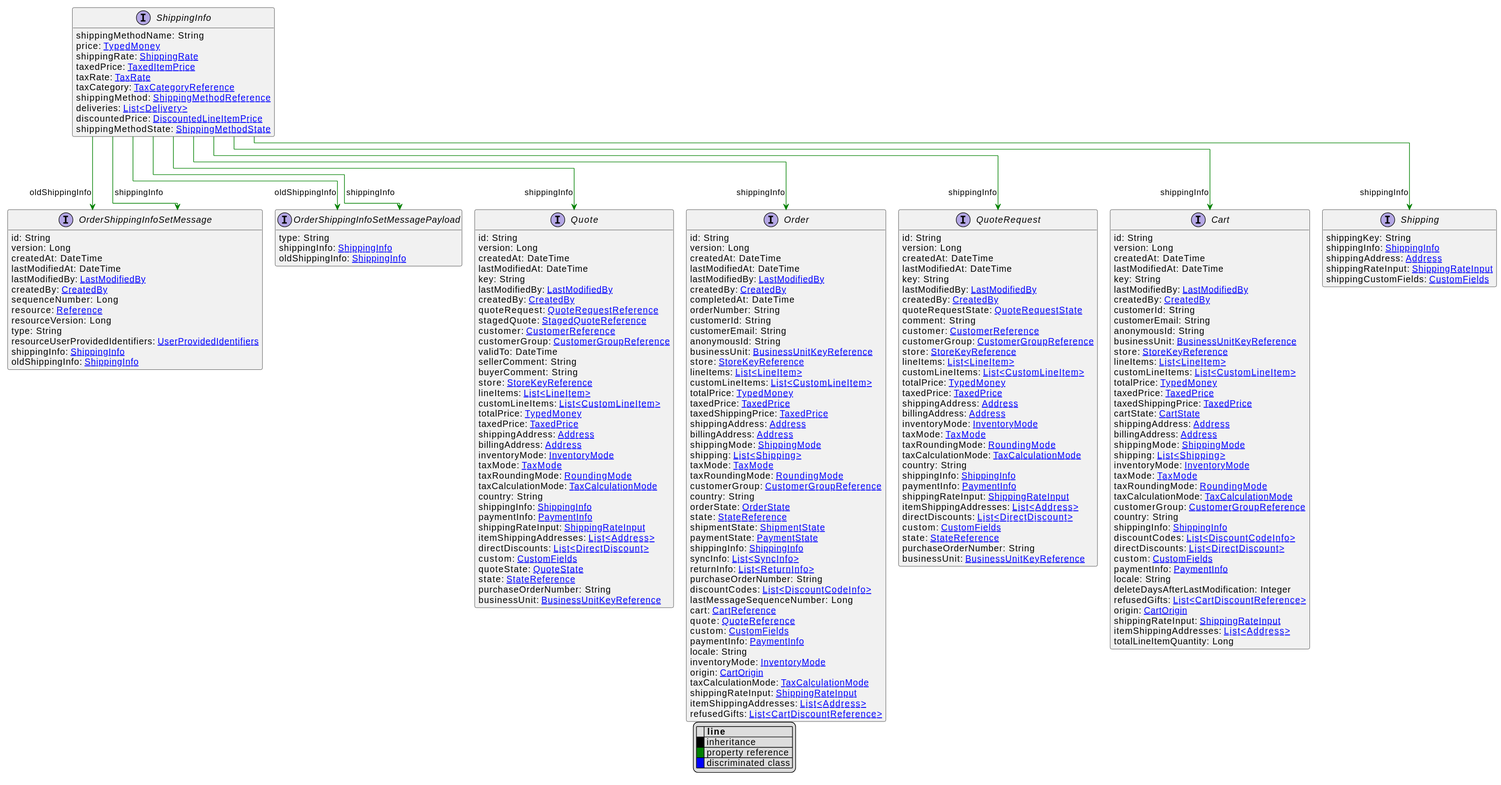
commercetools/commercetools-api-reference keeps this PlantUML diagram as uml/api/svg/ShippingInfo.svg. Above is the earlier version.
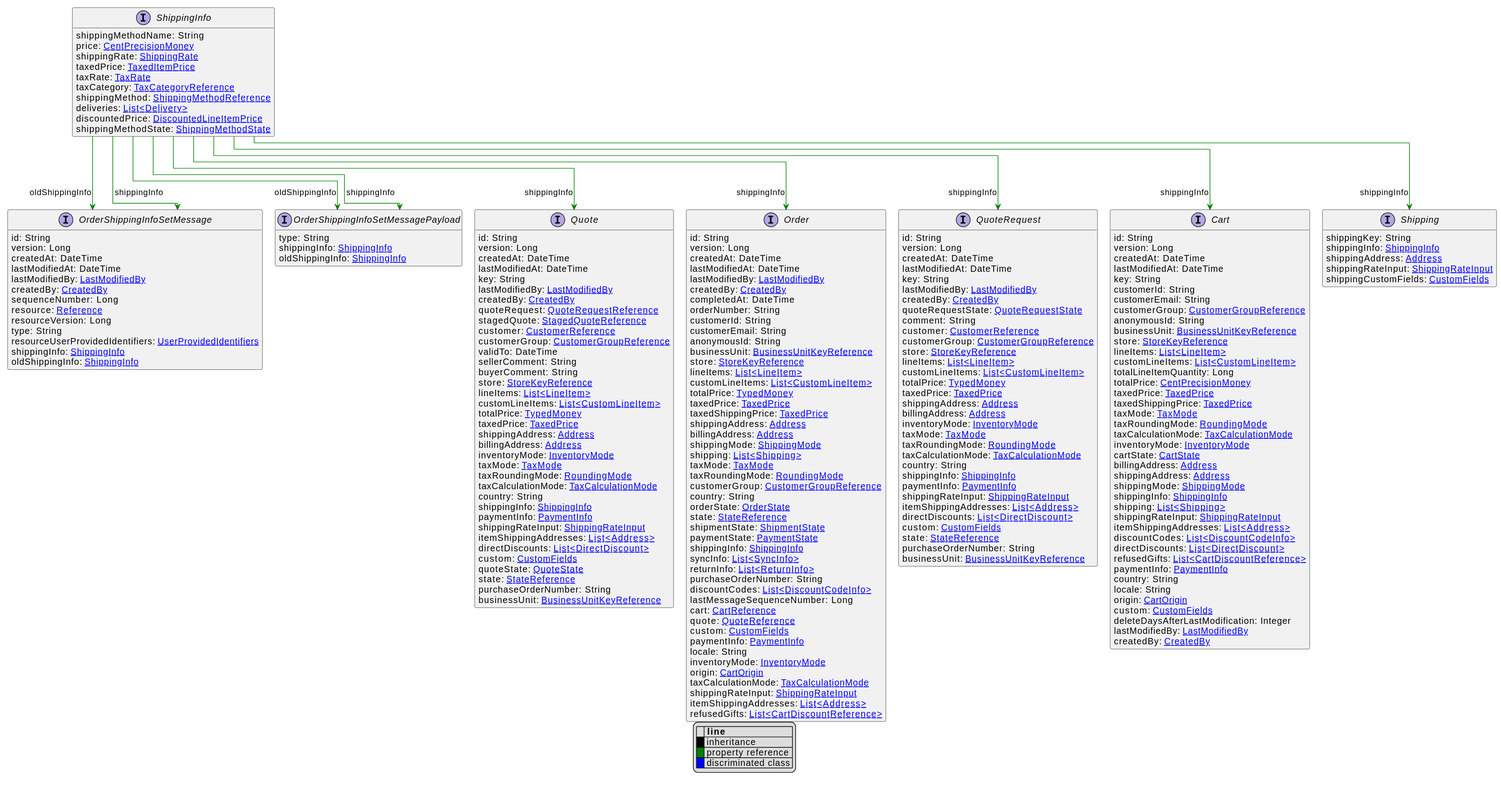
After the commit.

Change to the diagram source:
```diff
@@ -10,7 +10,7 @@
 endlegend
 interface ShippingInfo [[ShippingInfo.svg]]  {
     shippingMethodName: String
-    price: [[TypedMoney.svg TypedMoney]]
+    price: [[CentPrecisionMoney.svg CentPrecisionMoney]]
     shippingRate: [[ShippingRate.svg ShippingRate]]
     taxedPrice: [[TaxedItemPrice.svg TaxedItemPrice]]
     taxRate: [[TaxRate.svg TaxRate]]
@@ -29,41 +29,41 @@
     createdAt: DateTime
     lastModifiedAt: DateTime
     key: String
-    lastModifiedBy: [[LastModifiedBy.svg LastModifiedBy]]
-    createdBy: [[CreatedBy.svg CreatedBy]]
     customerId: String
     customerEmail: String
+    customerGroup: [[CustomerGroupReference.svg CustomerGroupReference]]
     anonymousId: String
     businessUnit: [[BusinessUnitKeyReference.svg BusinessUnitKeyReference]]
     store: [[StoreKeyReference.svg StoreKeyReference]]
     lineItems: [[LineItem.svg List<LineItem>]]
     customLineItems: [[CustomLineItem.svg List<CustomLineItem>]]
-    totalPrice: [[TypedMoney.svg TypedMoney]]
+    totalLineItemQuantity: Long
+    totalPrice: [[CentPrecisionMoney.svg CentPrecisionMoney]]
     taxedPrice: [[TaxedPrice.svg TaxedPrice]]
     taxedShippingPrice: [[TaxedPrice.svg TaxedPrice]]
-    cartState: [[CartState.svg CartState]]
-    shippingAddress: [[Address.svg Address]]
-    billingAddress: [[Address.svg Address]]
-    shippingMode: [[ShippingMode.svg ShippingMode]]
-    shipping: [[Shipping.svg List<Shipping>]]
-    inventoryMode: [[InventoryMode.svg InventoryMode]]
     taxMode: [[TaxMode.svg TaxMode]]
     taxRoundingMode: [[RoundingMode.svg RoundingMode]]
     taxCalculationMode: [[TaxCalculationMode.svg TaxCalculationMode]]
-    customerGroup: [[CustomerGroupReference.svg CustomerGroupReference]]
-    country: String
+    inventoryMode: [[InventoryMode.svg InventoryMode]]
+    cartState: [[CartState.svg CartState]]
+    billingAddress: [[Address.svg Address]]
+    shippingAddress: [[Address.svg Address]]
+    shippingMode: [[ShippingMode.svg ShippingMode]]
     shippingInfo: [[ShippingInfo.svg ShippingInfo]]
+    shipping: [[Shipping.svg List<Shipping>]]
+    shippingRateInput: [[ShippingRateInput.svg ShippingRateInput]]
+    itemShippingAddresses: [[Address.svg List<Address>]]
     discountCodes: [[DiscountCodeInfo.svg List<DiscountCodeInfo>]]
     directDiscounts: [[DirectDiscount.svg List<DirectDiscount>]]
+    refusedGifts: [[CartDiscountReference.svg List<CartDiscountReference>]]
+    paymentInfo: [[PaymentInfo.svg PaymentInfo]]
+    country: String
+    locale: String
+    origin: [[CartOrigin.svg CartOrigin]]
     custom: [[CustomFields.svg CustomFields]]
-    paymentInfo: [[PaymentInfo.svg PaymentInfo]]
-    locale: String
     deleteDaysAfterLastModification: Integer
-    refusedGifts: [[CartDiscountReference.svg List<CartDiscountReference>]]
-    origin: [[CartOrigin.svg CartOrigin]]
-    shippingRateInput: [[ShippingRateInput.svg ShippingRateInput]]
-    itemShippingAddresses: [[Address.svg List<Address>]]
-    totalLineItemQuantity: Long
+    lastModifiedBy: [[LastModifiedBy.svg LastModifiedBy]]
+    createdBy: [[CreatedBy.svg CreatedBy]]
 }
 interface Shipping [[Shipping.svg]]  {
     shippingKey: String
```
